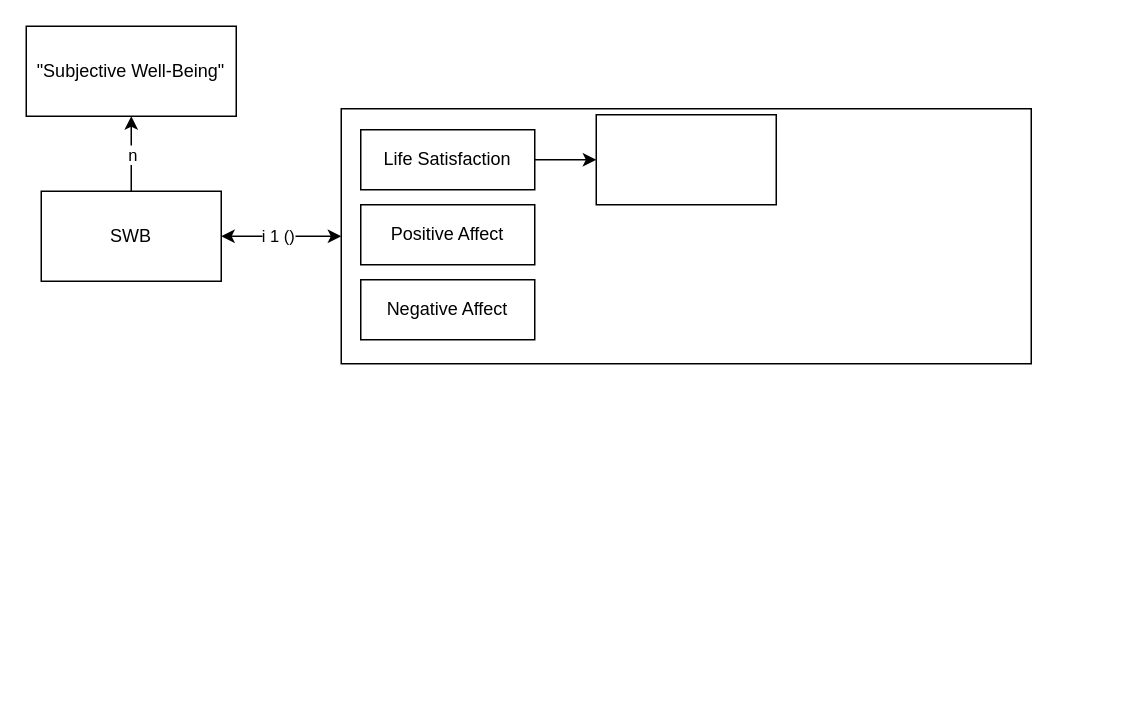
This is VAST/setpoint_definitions.drawio from alpkaanaksu/setpoint, a draw.io file, before an edit. Source tidied: cells renumbered, new cells numbered last; positions are measured from the earlier drawing's top-left corner, leaving out a move shared by most shapes. Both pictures are drawn from the tidied source at 150%, with x=0, y=0 at pixel (26, 26).
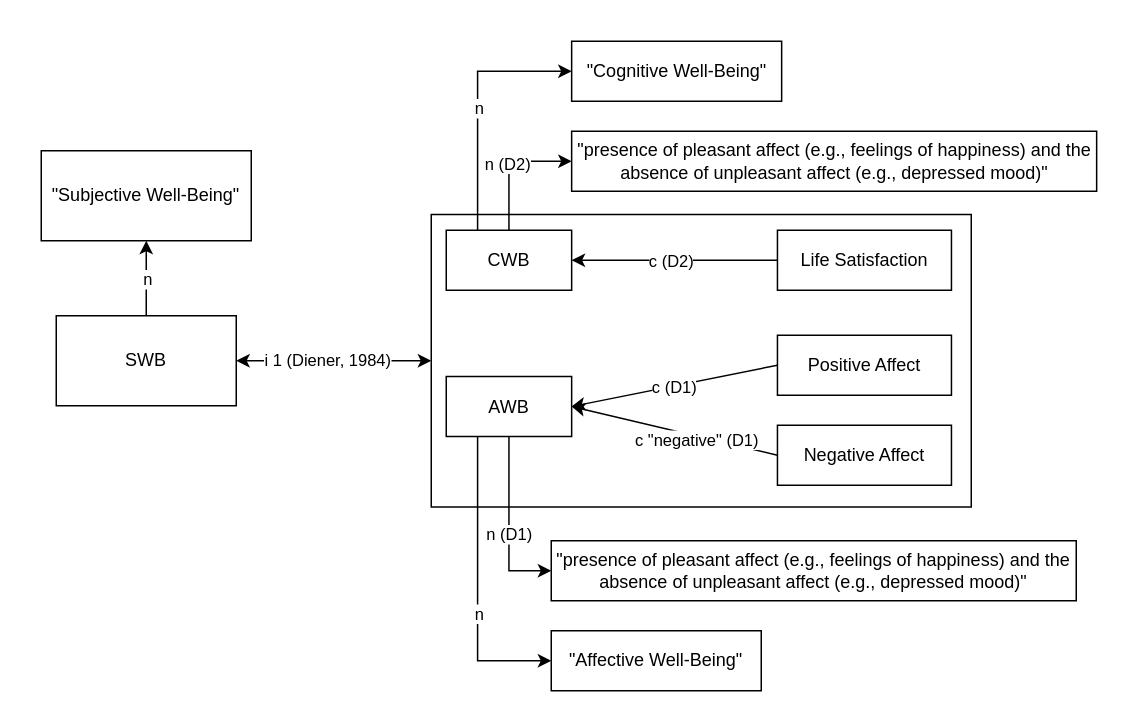
The same diagram, later.

The edit, as a diff of the source:
```diff
@@
+    <mxCell id="14" style="group;" parent="1" vertex="1">
+      <mxGeometry x="10" y="10" width="703.6" height="433" as="geometry" />
+    </mxCell>
-    <mxCell id="2" style="edgeStyle=orthogonalEdgeStyle;rounded=0;jettySize=auto;html=1;entryX=0.5;entryY=1;entryDx=0;entryDy=0;" parent="1" edge="1" source="6" target="7">
+    <mxCell id="2" style="edgeStyle=orthogonalEdgeStyle;rounded=0;jettySize=auto;html=1;entryX=0.5;entryY=1;entryDx=0;entryDy=0;" parent="14" edge="1" source="6" target="7">
       <mxGeometry relative="1" as="geometry" />
     </mxCell>
@@
-    <mxCell id="4" style="edgeStyle=orthogonalEdgeStyle;rounded=0;jettySize=auto;html=1;startArrow=classic;startFill=1;" parent="1" edge="1" source="6" target="8">
+    <mxCell id="4" style="edgeStyle=orthogonalEdgeStyle;rounded=0;jettySize=auto;html=1;startArrow=classic;startFill=1;" parent="14" edge="1" source="6" target="8">
       <mxGeometry relative="1" as="geometry" />
     </mxCell>
-    <mxCell id="5" value="i 1 ()" style="edgeLabel;html=1;align=center;verticalAlign=middle;" parent="4" vertex="1">
+    <mxCell id="5" value="i 1 (Diener, 1984)" style="edgeLabel;html=1;align=center;verticalAlign=middle;" parent="4" vertex="1">
       <mxGeometry x="-0.07" y="1" relative="1" as="geometry" />
     </mxCell>
-    <mxCell id="6" value="SWB" style="rounded=0;whiteSpace=wrap;html=1;" parent="1" vertex="1">
-      <mxGeometry x="10" y="110" width="120" height="60" as="geometry" />
+    <mxCell id="6" value="SWB" style="rounded=0;whiteSpace=wrap;html=1;" parent="14" vertex="1">
+      <mxGeometry x="10" y="183" width="120" height="60" as="geometry" />
     </mxCell>
-    <mxCell id="7" value="&quot;Subjective Well-Being&quot;" style="rounded=0;whiteSpace=wrap;html=1;" parent="1" vertex="1">
-      <mxGeometry width="140" height="60" as="geometry" />
+    <mxCell id="7" value="&quot;Subjective Well-Being&quot;" style="rounded=0;whiteSpace=wrap;html=1;" parent="14" vertex="1">
+      <mxGeometry y="73" width="140" height="60" as="geometry" />
     </mxCell>
-    <mxCell id="8" style="whiteSpace=wrap;html=1;rounded=0;" parent="1" vertex="1">
-      <mxGeometry x="210" y="55" width="460" height="170" as="geometry" />
+    <mxCell id="8" style="whiteSpace=wrap;html=1;rounded=0;" parent="14" vertex="1">
+      <mxGeometry x="260" y="115.5" width="360" height="195" as="geometry" />
     </mxCell>
-    <mxCell id="9" style="edgeStyle=orthogonalEdgeStyle;rounded=0;jettySize=auto;html=1;" parent="1" edge="1" source="10" target="13">
-      <mxGeometry relative="1" as="geometry" />
-    </mxCell>
+    <mxCell id="15" style="edgeStyle=orthogonalEdgeStyle;rounded=0;jettySize=auto;html=1;exitX=0;exitY=0.5;exitDx=0;exitDy=0;entryX=1;entryY=0.5;entryDx=0;entryDy=0;" parent="14" edge="1" source="10" target="30">
+      <mxGeometry relative="1" as="geometry" />
+    </mxCell>
+    <mxCell id="16" value="c (D2)" style="edgeLabel;html=1;align=center;verticalAlign=middle;" parent="15" vertex="1">
+      <mxGeometry x="0.04" relative="1" as="geometry" />
+    </mxCell>
-    <mxCell id="10" value="Life Satisfaction" style="rounded=0;whiteSpace=wrap;html=1;" parent="1" vertex="1">
-      <mxGeometry x="223" y="69" width="116" height="40" as="geometry" />
+    <mxCell id="10" value="Life Satisfaction" style="rounded=0;whiteSpace=wrap;html=1;" parent="14" vertex="1">
+      <mxGeometry x="490.8" y="126" width="116" height="40" as="geometry" />
     </mxCell>
+    <mxCell id="17" style="edgeStyle=orthogonalEdgeStyle;rounded=0;jettySize=auto;html=1;exitX=0.5;exitY=1;exitDx=0;exitDy=0;entryX=0;entryY=0.5;entryDx=0;entryDy=0;" parent="14" edge="1" source="21" target="32">
+      <mxGeometry relative="1" as="geometry" />
+    </mxCell>
+    <mxCell id="18" value="n (D1)" style="edgeLabel;html=1;align=center;verticalAlign=middle;" parent="17" vertex="1">
+      <mxGeometry x="0.1" relative="1" as="geometry" />
+    </mxCell>
+    <mxCell id="19" style="edgeStyle=orthogonalEdgeStyle;rounded=0;jettySize=auto;html=1;exitX=0.25;exitY=1;exitDx=0;exitDy=0;entryX=0;entryY=0.5;entryDx=0;entryDy=0;" parent="14" edge="1" source="21" target="33">
+      <mxGeometry relative="1" as="geometry" />
+    </mxCell>
+    <mxCell id="20" value="n" style="edgeLabel;html=1;align=center;verticalAlign=middle;" parent="19" vertex="1">
+      <mxGeometry x="0.19" y="1" relative="1" as="geometry" />
+    </mxCell>
+    <mxCell id="21" value="AWB" style="rounded=0;whiteSpace=wrap;html=1;" parent="14" vertex="1">
+      <mxGeometry x="270" y="223.5" width="83.6" height="40" as="geometry" />
+    </mxCell>
+    <mxCell id="22" style="rounded=0;jettySize=auto;html=1;entryX=1;entryY=0.5;entryDx=0;entryDy=0;exitX=0;exitY=0.5;exitDx=0;exitDy=0;" parent="14" edge="1" source="11" target="21">
+      <mxGeometry relative="1" as="geometry" />
+    </mxCell>
+    <mxCell id="23" value="c (D1)" style="edgeLabel;html=1;align=center;verticalAlign=middle;" parent="22" vertex="1">
+      <mxGeometry x="0.02" y="1" relative="1" as="geometry" />
+    </mxCell>
-    <mxCell id="11" value="Positive Affect" style="rounded=0;whiteSpace=wrap;html=1;" parent="1" vertex="1">
-      <mxGeometry x="223" y="119" width="116" height="40" as="geometry" />
+    <mxCell id="11" value="Positive Affect" style="rounded=0;whiteSpace=wrap;html=1;" parent="14" vertex="1">
+      <mxGeometry x="490.8" y="196" width="116" height="40" as="geometry" />
     </mxCell>
+    <mxCell id="24" style="rounded=0;jettySize=auto;html=1;entryX=1;entryY=0.5;entryDx=0;entryDy=0;exitX=0;exitY=0.5;exitDx=0;exitDy=0;" parent="14" edge="1" source="12" target="21">
+      <mxGeometry relative="1" as="geometry" />
+    </mxCell>
+    <mxCell id="25" value="c &quot;negative&quot; (D1)" style="edgeLabel;html=1;align=center;verticalAlign=middle;" parent="24" vertex="1">
+      <mxGeometry x="-0.22" y="2" relative="1" as="geometry" />
+    </mxCell>
-    <mxCell id="12" value="Negative Affect" style="rounded=0;whiteSpace=wrap;html=1;" parent="1" vertex="1">
-      <mxGeometry x="223" y="169" width="116" height="40" as="geometry" />
+    <mxCell id="12" value="Negative Affect" style="rounded=0;whiteSpace=wrap;html=1;" parent="14" vertex="1">
+      <mxGeometry x="490.8" y="256" width="116" height="40" as="geometry" />
     </mxCell>
-    <mxCell id="13" style="whiteSpace=wrap;html=1;rounded=0;" parent="1" vertex="1">
-      <mxGeometry x="380" y="59" width="120" height="60" as="geometry" />
-    </mxCell>
+    <mxCell id="26" style="edgeStyle=orthogonalEdgeStyle;rounded=0;jettySize=auto;html=1;entryX=0;entryY=0.5;entryDx=0;entryDy=0;" parent="14" edge="1" source="30" target="31">
+      <mxGeometry relative="1" as="geometry" />
+    </mxCell>
+    <mxCell id="27" value="n (D2)" style="edgeLabel;html=1;align=center;verticalAlign=middle;" parent="26" vertex="1">
+      <mxGeometry x="0.03" y="1" relative="1" as="geometry" />
+    </mxCell>
+    <mxCell id="28" style="edgeStyle=orthogonalEdgeStyle;rounded=0;jettySize=auto;html=1;exitX=0.25;exitY=0;exitDx=0;exitDy=0;entryX=0;entryY=0.5;entryDx=0;entryDy=0;" parent="14" edge="1" source="30" target="34">
+      <mxGeometry relative="1" as="geometry" />
+    </mxCell>
+    <mxCell id="29" value="n" style="edgeLabel;html=1;align=center;verticalAlign=middle;" parent="28" vertex="1">
+      <mxGeometry x="-0.03" y="-1" relative="1" as="geometry" />
+    </mxCell>
+    <mxCell id="30" value="CWB" style="rounded=0;whiteSpace=wrap;html=1;" parent="14" vertex="1">
+      <mxGeometry x="270" y="126" width="83.6" height="40" as="geometry" />
+    </mxCell>
+    <mxCell id="31" value="&quot;presence of pleasant affect (e.g., feelings of happiness) and the absence of unpleasant affect (e.g., depressed mood)&quot;" style="rounded=0;whiteSpace=wrap;html=1;" parent="14" vertex="1">
+      <mxGeometry x="353.6" y="60" width="350" height="40" as="geometry" />
+    </mxCell>
+    <mxCell id="32" value="&quot;presence of pleasant affect (e.g., feelings of happiness) and the absence of unpleasant affect (e.g., depressed mood)&quot;" style="rounded=0;whiteSpace=wrap;html=1;" parent="14" vertex="1">
+      <mxGeometry x="340" y="333" width="350" height="40" as="geometry" />
+    </mxCell>
+    <mxCell id="33" value="&quot;Affective Well-Being&quot;" style="rounded=0;whiteSpace=wrap;html=1;" parent="14" vertex="1">
+      <mxGeometry x="340" y="393" width="140" height="40" as="geometry" />
+    </mxCell>
+    <mxCell id="34" value="&quot;Cognitive Well-Being&quot;" style="rounded=0;whiteSpace=wrap;html=1;" parent="14" vertex="1">
+      <mxGeometry x="353.6" width="140" height="40" as="geometry" />
+    </mxCell>
```
